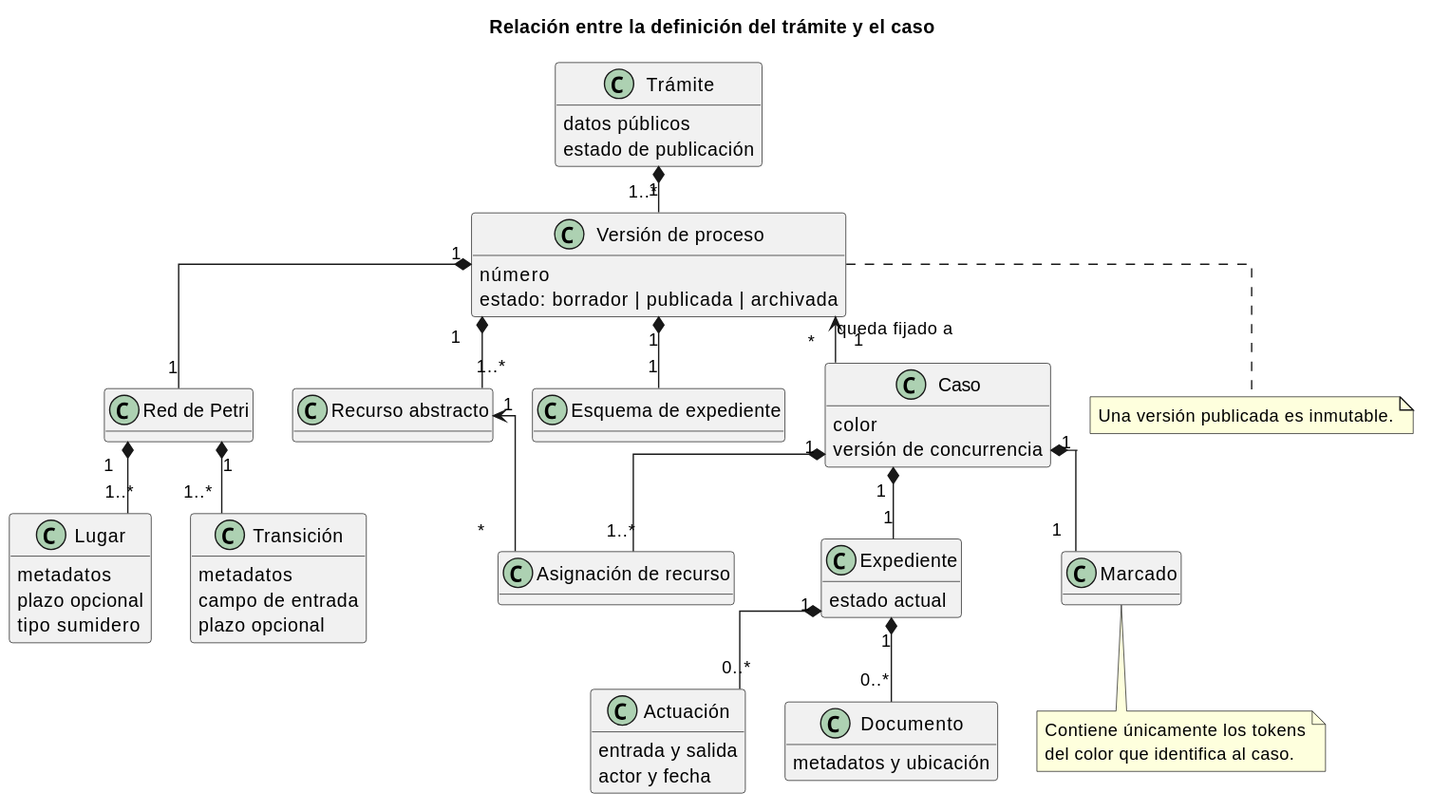
This is docs/assets/figures/tunkunia-domain-model.svg from C-ArenA/Tunkunia, a PlantUML export, as it was before one commit. The source it was exported from:
```plantuml
@startuml
skinparam backgroundColor transparent
skinparam shadowing false
skinparam linetype ortho
skinparam nodesep 30
skinparam ranksep 35
hide methods

title Relación entre la definición del trámite y el caso

class Trámite {
  datos públicos
  estado de publicación
}

class "Versión de proceso" as version {
  número
  estado: borrador | publicada | archivada
}

class "Red de Petri" as net
class Lugar {
  metadatos
  plazo opcional
  tipo sumidero
}
class Transición {
  metadatos
  campo de entrada
  plazo opcional
}
class "Recurso abstracto" as resource
class "Esquema de expediente" as schema

class Caso {
  color
  versión de concurrencia
}
class Marcado
class "Asignación de recurso" as assignment
class Expediente {
  estado actual
}
class Actuación {
  entrada y salida
  actor y fecha
}
class Documento {
  metadatos y ubicación
}

Trámite "1" *-down- "1..*" version
version "1" *-down- "1" net
version "1" *-down- "1..*" resource
version "1" *-down- "1" schema
net "1" *-down- "1..*" Lugar
net "1" *-down- "1..*" Transición
version "1" <-down- "*" Caso : queda fijado a
Caso "1" *-down- "1" Marcado
Caso "1" *-down- "1..*" assignment
assignment "*" -left-> "1" resource
Caso "1" *-down- "1" Expediente
Expediente "1" *-down- "0..*" Actuación
Expediente "1" *-down- "0..*" Documento

note bottom of version
  Una versión publicada es inmutable.
end note

note bottom of Marcado
  Contiene únicamente los tokens
  del color que identifica al caso.
end note
@enduml
```
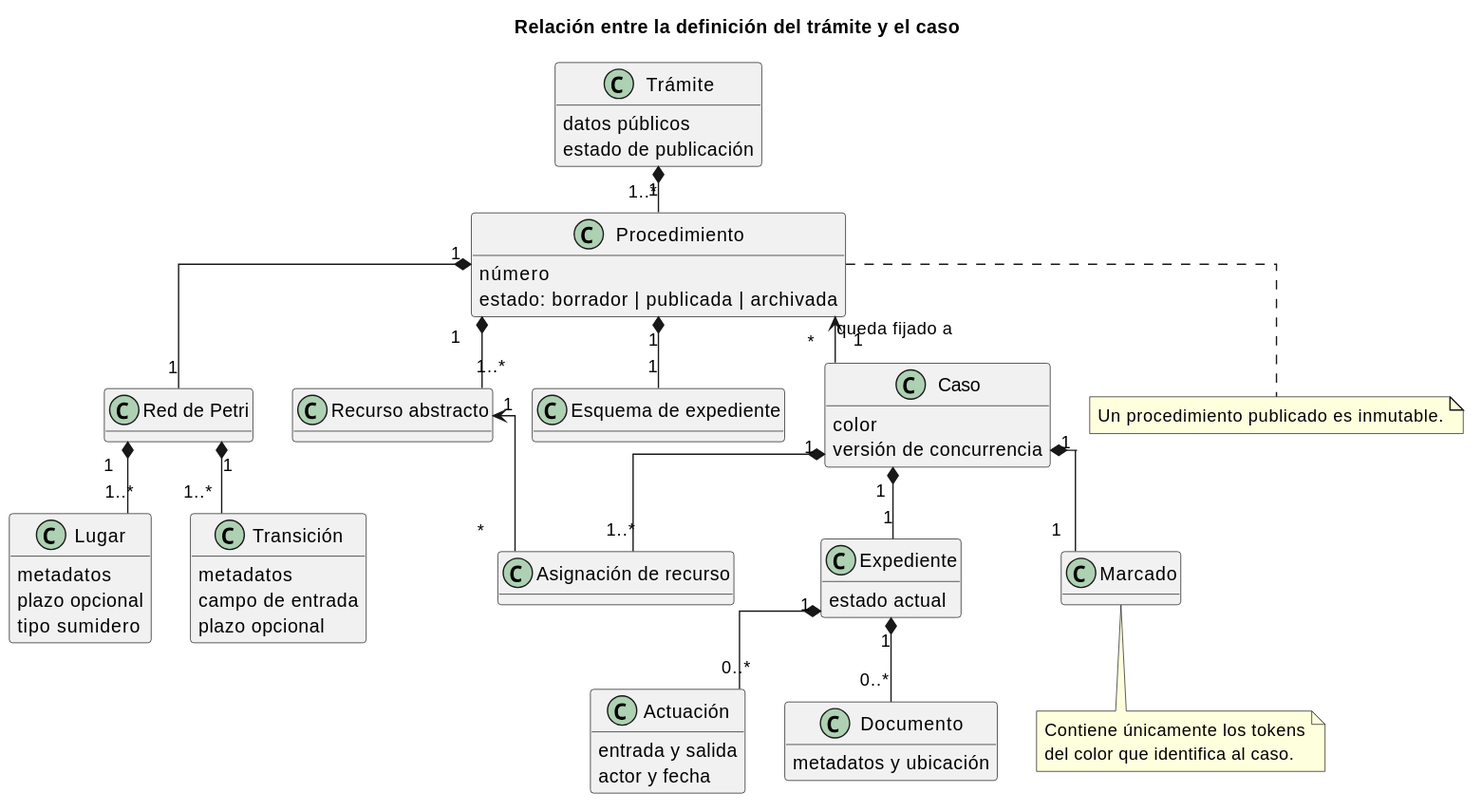
The same diagram one commit later.

What changed in the source:
```diff
@@ -13,7 +13,7 @@
   estado de publicación
 }
 
-class "Versión de proceso" as version {
+class "Procedimiento" as proc {
   número
   estado: borrador | publicada | archivada
 }
@@ -49,13 +49,13 @@
   metadatos y ubicación
 }
 
-Trámite "1" *-down- "1..*" version
-version "1" *-down- "1" net
-version "1" *-down- "1..*" resource
-version "1" *-down- "1" schema
+Trámite "1" *-down- "1..*" proc
+proc "1" *-down- "1" net
+proc "1" *-down- "1..*" resource
+proc "1" *-down- "1" schema
 net "1" *-down- "1..*" Lugar
 net "1" *-down- "1..*" Transición
-version "1" <-down- "*" Caso : queda fijado a
+proc "1" <-down- "*" Caso : queda fijado a
 Caso "1" *-down- "1" Marcado
 Caso "1" *-down- "1..*" assignment
 assignment "*" -left-> "1" resource
@@ -63,8 +63,8 @@
 Expediente "1" *-down- "0..*" Actuación
 Expediente "1" *-down- "0..*" Documento
 
-note bottom of version
-  Una versión publicada es inmutable.
+note bottom of proc
+  Un procedimiento publicado es inmutable.
 end note
 
 note bottom of Marcado
```
